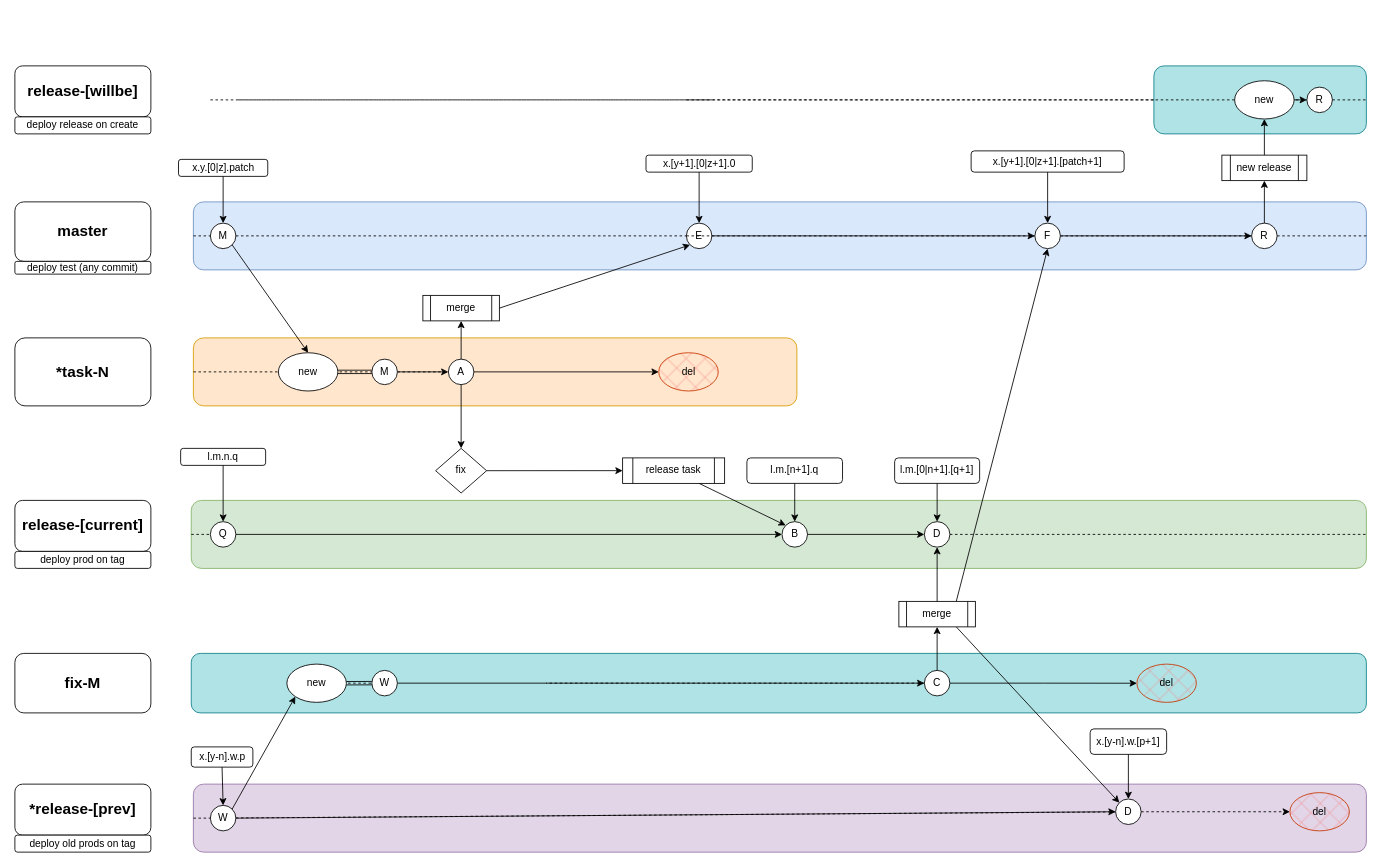
Before: Диаграмма без названия.drawio in siluetus/remtasks, a draw.io diagram. Source tidied: cells renumbered, new cells numbered last; positions are measured from the earlier drawing's top-left corner, leaving out a move shared by most shapes. Both pictures are drawn from the tidied source at 85%, with x=0, y=0 at pixel (14, 65).
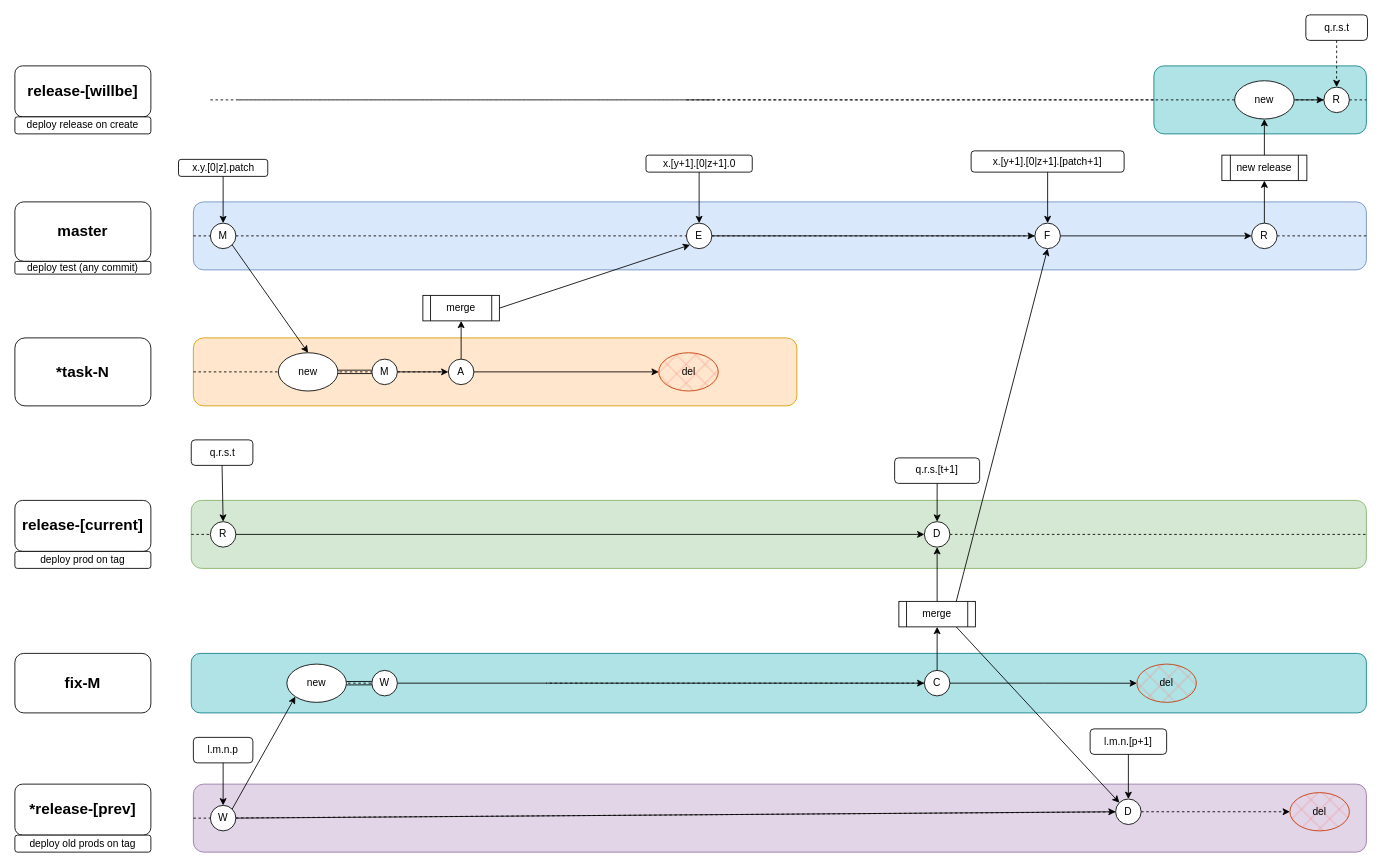
After the change.

The change refers to these unchanged cells:
```xml
<mxCell id="21" value="M" style="ellipse;whiteSpace=wrap;html=1;" parent="1" vertex="1">
  <mxGeometry x="230" y="185" width="30" height="30" as="geometry" />
</mxCell>
<mxCell id="24" value="A" style="ellipse;whiteSpace=wrap;html=1;" parent="1" vertex="1">
  <mxGeometry x="510" y="345" width="30" height="30" as="geometry" />
</mxCell>
<mxCell id="36" value="W" style="ellipse;whiteSpace=wrap;html=1;" parent="1" vertex="1">
  <mxGeometry x="230" y="870" width="30" height="30" as="geometry" />
</mxCell>
<mxCell id="43" value="R" style="ellipse;whiteSpace=wrap;html=1;" parent="1" vertex="1">
  <mxGeometry x="1455" y="185" width="30" height="30" as="geometry" />
</mxCell>
<mxCell id="44" value="E" style="ellipse;whiteSpace=wrap;html=1;" parent="1" vertex="1">
  <mxGeometry x="790" y="185" width="30" height="30" as="geometry" />
</mxCell>
<mxCell id="89" value="D" style="ellipse;whiteSpace=wrap;html=1;" parent="1" vertex="1">
  <mxGeometry x="1070" y="536.2" width="30" height="30" as="geometry" />
</mxCell>
<mxCell id="100" value="F" style="ellipse;whiteSpace=wrap;html=1;" parent="1" vertex="1">
  <mxGeometry x="1200" y="185" width="30" height="30" as="geometry" />
</mxCell>
```

The edit, as a diff of the source:
```diff
@@
-    <mxCell id="9" value="l.m.n.q" style="rounded=1;whiteSpace=wrap;html=1;" parent="1" vertex="1">
-      <mxGeometry x="195" y="450" width="100" height="20" as="geometry" />
-    </mxCell>
-    <mxCell id="10" style="endArrow=classic;html=1;rounded=0;exitX=0.5;exitY=1;exitDx=0;exitDy=0;entryX=0.5;entryY=0;entryDx=0;entryDy=0;" parent="1" edge="1" source="9" target="34">
-      <mxGeometry relative="1" as="geometry" />
-    </mxCell>
@@
-    <mxCell id="12" value="x.[y-n]&lt;span style=&quot;background-color: initial;&quot;&gt;.w.p&lt;/span&gt;" style="rounded=1;whiteSpace=wrap;html=1;" parent="1" vertex="1">
-      <mxGeometry x="207.5" y="801.2" width="72.5" height="23.8" as="geometry" />
-    </mxCell>
-    <mxCell id="13" style="endArrow=classic;html=1;rounded=0;exitX=0.5;exitY=1;exitDx=0;exitDy=0;entryX=0.5;entryY=0;entryDx=0;entryDy=0;" parent="1" edge="1" source="12" target="36">
-      <mxGeometry relative="1" as="geometry" />
-    </mxCell>
@@
-    <mxCell id="15" value="l.m.[n+1].q" style="rounded=1;whiteSpace=wrap;html=1;" parent="1" vertex="1">
-      <mxGeometry x="861.2" y="461.2" width="112.5" height="30" as="geometry" />
-    </mxCell>
-    <mxCell id="16" style="endArrow=classic;html=1;rounded=0;exitX=0.5;exitY=1;exitDx=0;exitDy=0;entryX=0.5;entryY=0;entryDx=0;entryDy=0;" parent="1" edge="1" source="15" target="35">
-      <mxGeometry relative="1" as="geometry" />
-    </mxCell>
@@
-    <mxCell id="19" style="endArrow=none;dashed=1;html=1;rounded=0;exitX=0;exitY=0.5;exitDx=0;exitDy=0;entryX=1;entryY=0.5;entryDx=0;entryDy=0;" parent="1" edge="1" source="21" target="44">
+    <mxCell id="19" style="endArrow=none;dashed=1;html=1;rounded=0;exitX=0;exitY=0.5;exitDx=0;exitDy=0;entryX=0;entryY=0.5;entryDx=0;entryDy=0;" parent="1" edge="1" source="21" target="44">
       <mxGeometry relative="1" as="geometry" />
     </mxCell>
@@
-    <mxCell id="26" value="x.[y-n].w.[p+1]" style="rounded=1;whiteSpace=wrap;html=1;" parent="1" vertex="1">
+    <mxCell id="26" value="l.m.n.[p+1]" style="rounded=1;whiteSpace=wrap;html=1;" parent="1" vertex="1">
       <mxGeometry x="1265" y="780" width="90" height="30" as="geometry" />
     </mxCell>
@@
-    <mxCell id="34" value="Q" style="ellipse;whiteSpace=wrap;html=1;" parent="1" vertex="1">
+    <mxCell id="34" value="R" style="ellipse;whiteSpace=wrap;html=1;" parent="1" vertex="1">
       <mxGeometry x="230" y="536.2" width="30" height="30" as="geometry" />
     </mxCell>
-    <mxCell id="35" value="B" style="ellipse;whiteSpace=wrap;html=1;" parent="1" vertex="1">
-      <mxGeometry x="902.5" y="536.2" width="30" height="30" as="geometry" />
-    </mxCell>
@@
-    <mxCell id="42" style="endArrow=none;dashed=1;html=1;rounded=0;exitX=0;exitY=0.5;exitDx=0;exitDy=0;entryX=1;entryY=0.5;entryDx=0;entryDy=0;" parent="1" edge="1" source="100" target="43">
-      <mxGeometry relative="1" as="geometry" />
-    </mxCell>
@@
     <mxCell id="48" value="R" style="ellipse;whiteSpace=wrap;html=1;" parent="1" vertex="1">
-      <mxGeometry x="1520" y="25" width="30" height="30" as="geometry" />
+      <mxGeometry x="1540" y="25" width="30" height="30" as="geometry" />
     </mxCell>
@@
-    <mxCell id="53" value="fix" style="rhombus;whiteSpace=wrap;html=1;" parent="1" vertex="1">
-      <mxGeometry x="495" y="450" width="60" height="52.5" as="geometry" />
-    </mxCell>
@@
-    <mxCell id="55" style="endArrow=classic;html=1;rounded=0;exitX=0.5;exitY=1;exitDx=0;exitDy=0;entryX=0.5;entryY=0;entryDx=0;entryDy=0;" parent="1" edge="1" source="24" target="53">
-      <mxGeometry relative="1" as="geometry" />
-    </mxCell>
-    <mxCell id="56" value="release task" style="shape=process;whiteSpace=wrap;html=1;backgroundOutline=1;" parent="1" vertex="1">
-      <mxGeometry x="715" y="461.2" width="120" height="30" as="geometry" />
-    </mxCell>
-    <mxCell id="57" style="endArrow=classic;html=1;rounded=0;entryX=0;entryY=0.5;entryDx=0;entryDy=0;exitX=1;exitY=0.5;exitDx=0;exitDy=0;" parent="1" edge="1" source="53" target="56">
-      <mxGeometry relative="1" as="geometry" />
-    </mxCell>
-    <mxCell id="58" style="endArrow=classic;html=1;rounded=0;entryX=0;entryY=0;entryDx=0;entryDy=0;exitX=0.75;exitY=1;exitDx=0;exitDy=0;" parent="1" edge="1" source="56" target="35">
-      <mxGeometry relative="1" as="geometry" />
-    </mxCell>
@@
-    <mxCell id="86" style="endArrow=classic;html=1;rounded=0;exitX=1;exitY=0.5;exitDx=0;exitDy=0;entryX=0;entryY=0.5;entryDx=0;entryDy=0;" parent="1" edge="1" source="34" target="35">
-      <mxGeometry relative="1" as="geometry" />
-    </mxCell>
@@
-    <mxCell id="93" style="endArrow=classic;html=1;rounded=0;exitX=1;exitY=0.5;exitDx=0;exitDy=0;entryX=0;entryY=0.5;entryDx=0;entryDy=0;" parent="1" edge="1" source="35" target="89">
-      <mxGeometry relative="1" as="geometry" />
-    </mxCell>
@@
-    <mxCell id="99" style="endArrow=none;dashed=1;html=1;rounded=0;exitX=0;exitY=0.5;exitDx=0;exitDy=0;entryX=1;entryY=0.5;entryDx=0;entryDy=0;" parent="1" edge="1" source="44" target="100">
+    <mxCell id="99" style="endArrow=none;dashed=1;html=1;rounded=0;exitX=1;exitY=0.5;exitDx=0;exitDy=0;entryX=1;entryY=0.5;entryDx=0;entryDy=0;" parent="1" edge="1" source="44" target="100">
       <mxGeometry relative="1" as="geometry" />
     </mxCell>
@@
-    <mxCell id="101" value="l.m.[0|n+1].[q+1]" style="rounded=1;whiteSpace=wrap;html=1;" parent="1" vertex="1">
+    <mxCell id="101" value="q.r.s.[t+1]" style="rounded=1;whiteSpace=wrap;html=1;" parent="1" vertex="1">
       <mxGeometry x="1035" y="461.2" width="100" height="30" as="geometry" />
     </mxCell>
@@
+    <mxCell id="105" value="l.m.n.p" style="rounded=1;whiteSpace=wrap;html=1;" parent="1" vertex="1">
+      <mxGeometry x="210" y="790" width="70" height="30" as="geometry" />
+    </mxCell>
+    <mxCell id="106" style="endArrow=classic;html=1;rounded=0;exitX=0.5;exitY=1;exitDx=0;exitDy=0;entryX=0.5;entryY=0;entryDx=0;entryDy=0;" parent="1" edge="1" source="105" target="36">
+      <mxGeometry relative="1" as="geometry" />
+    </mxCell>
+    <mxCell id="107" style="endArrow=classic;html=1;rounded=0;exitX=1;exitY=0.5;exitDx=0;exitDy=0;entryX=0;entryY=0.5;entryDx=0;entryDy=0;" parent="1" edge="1" source="34" target="89">
+      <mxGeometry relative="1" as="geometry" />
+    </mxCell>
+    <mxCell id="108" value="q.r.s.t" style="rounded=1;whiteSpace=wrap;html=1;" parent="1" vertex="1">
+      <mxGeometry x="207.5" y="440" width="72.5" height="30" as="geometry" />
+    </mxCell>
+    <mxCell id="109" style="endArrow=classic;html=1;rounded=0;exitX=0.5;exitY=1;exitDx=0;exitDy=0;entryX=0.5;entryY=0;entryDx=0;entryDy=0;" parent="1" edge="1" source="108" target="34">
+      <mxGeometry relative="1" as="geometry" />
+    </mxCell>
+    <mxCell id="110" value="q.r.s.t" style="rounded=1;whiteSpace=wrap;html=1;" parent="1" vertex="1">
+      <mxGeometry x="1518.8" y="-60" width="72.5" height="30" as="geometry" />
+    </mxCell>
+    <mxCell id="111" style="endArrow=classic;html=1;rounded=0;entryX=0.5;entryY=0;entryDx=0;entryDy=0;exitX=0.5;exitY=1;exitDx=0;exitDy=0;dashed=1;" parent="1" edge="1" source="110" target="48">
+      <mxGeometry relative="1" as="geometry" />
+    </mxCell>
```
